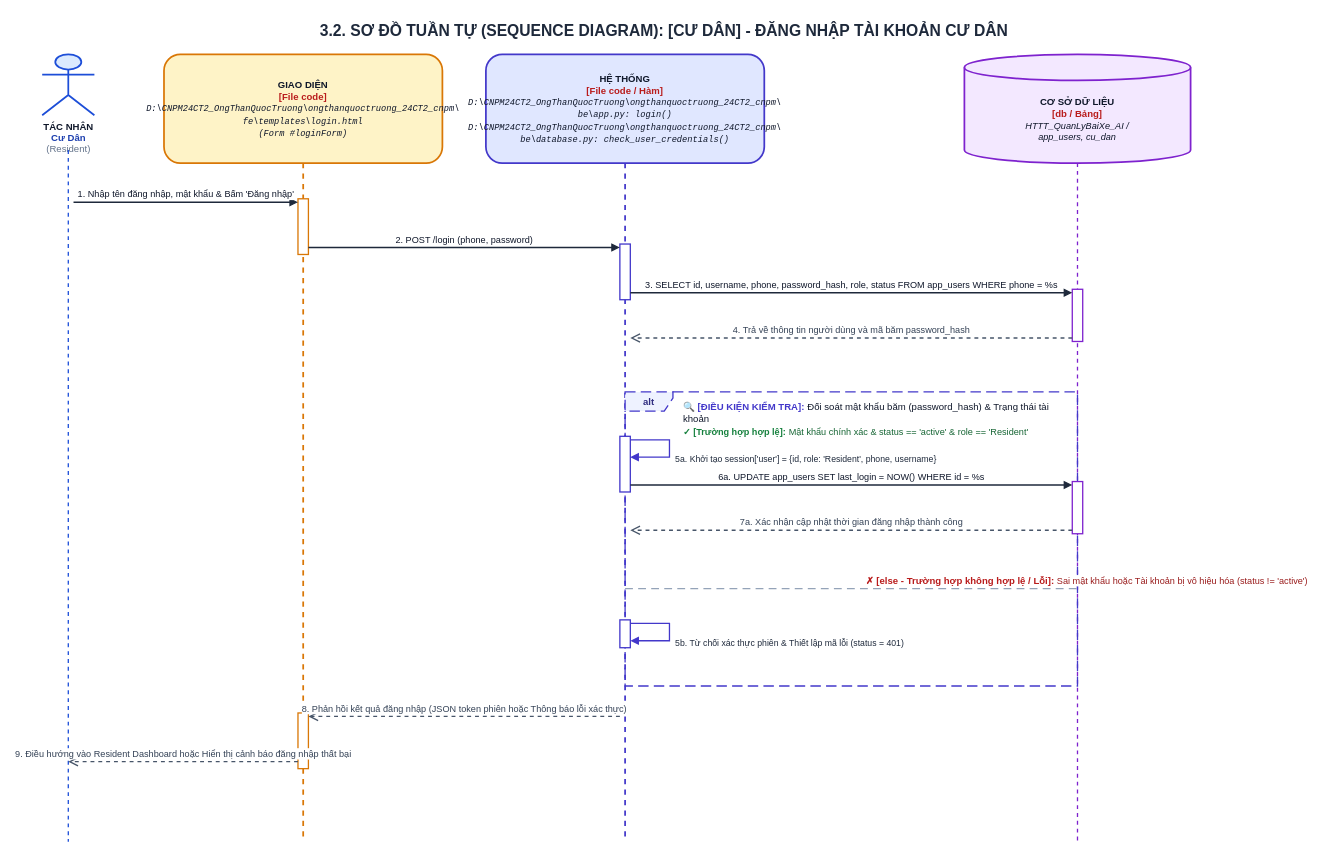
Truong027/CNPM24 keeps this draw.io diagram as ongthanquoctruong_24CT2_cnpm/docs/Tuần Tự/chức năng đăng nhập Người Dùng.drawio. Above is the earlier version. Source tidied: cells renumbered, new cells numbered last; positions are measured from the earlier drawing's top-left corner, leaving out a move shared by most shapes. Both pictures are drawn from the tidied source at 87%, with x=0, y=0 at pixel (33, 15).
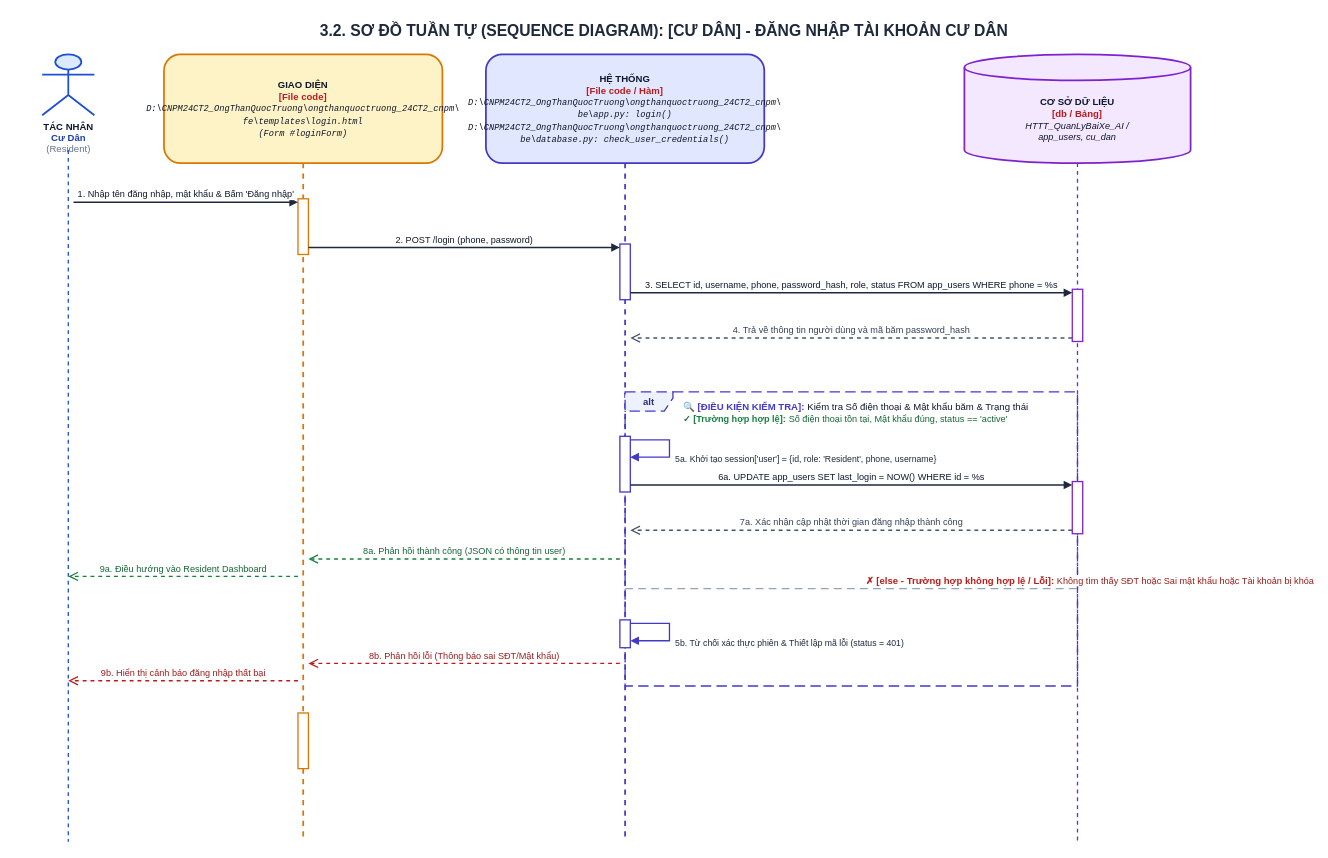
After the change.

Diff of the diagram source:
```diff
@@
-    <mxCell id="10" value="&lt;b&gt;&lt;font color='#4338CA' style='font-size: 11px;'&gt;🔍 [ĐIỀU KIỆN KIỂM TRA]:&lt;/font&gt;&lt;/b&gt; &lt;font color='#0F172A' style='font-size: 11px;'&gt;Đối soát mật khẩu băm (password_hash) &amp; Trạng thái tài khoản&lt;/font&gt;&lt;br/&gt;&lt;b&gt;&lt;font color='#15803D' style='font-size: 10.5px;'&gt;✓ [Trường hợp hợp lệ]:&lt;/font&gt;&lt;/b&gt; &lt;font color='#166534' style='font-size: 10.5px;'&gt;Mật khẩu chính xác &amp; status == 'active' &amp; role == 'Resident'&lt;/font&gt;" style="text;html=1;strokeColor=none;fillColor=none;align=left;verticalAlign=top;whiteSpace=wrap;rounded=0;" parent="1" vertex="1">
+    <mxCell id="10" value="&lt;b&gt;&lt;font color='#4338CA' style='font-size: 11px;'&gt;🔍 [ĐIỀU KIỆN KIỂM TRA]:&lt;/font&gt;&lt;/b&gt; &lt;font color='#0F172A' style='font-size: 11px;'&gt;Kiểm tra Số điện thoại &amp; Mật khẩu băm &amp; Trạng thái&lt;/font&gt;&lt;br/&gt;&lt;b&gt;&lt;font color='#15803D' style='font-size: 10.5px;'&gt;✓ [Trường hợp hợp lệ]:&lt;/font&gt;&lt;/b&gt; &lt;font color='#166534' style='font-size: 10.5px;'&gt;Số điện thoại tồn tại, Mật khẩu đúng, status == 'active'&lt;/font&gt;" style="text;html=1;strokeColor=none;fillColor=none;align=left;verticalAlign=top;whiteSpace=wrap;rounded=0;" parent="1" vertex="1">
       <mxGeometry x="745" y="436" width="445" height="36" as="geometry" />
     </mxCell>
-    <mxCell id="11" value="&lt;b&gt;&lt;font color='#B91C1C' style='font-size: 11px;'&gt;✗ [else - Trường hợp không hợp lệ / Lỗi]:&lt;/font&gt;&lt;/b&gt; &lt;font color='#991B1B' style='font-size: 10.5px;'&gt;Sai mật khẩu hoặc Tài khoản bị vô hiệu hóa (status != 'active')&lt;/font&gt;" style="html=1;strokeWidth=1.5;strokeColor=#94A3B8;dashed=1;dashPattern=6 4;endArrow=none;align=left;verticalAlign=bottom;spacingLeft=15;" parent="1" edge="1">
+    <mxCell id="11" value="&lt;b&gt;&lt;font color='#B91C1C' style='font-size: 11px;'&gt;✗ [else - Trường hợp không hợp lệ / Lỗi]:&lt;/font&gt;&lt;/b&gt; &lt;font color='#991B1B' style='font-size: 10.5px;'&gt;Không tìm thấy SĐT hoặc Sai mật khẩu hoặc Tài khoản bị khóa&lt;/font&gt;" style="html=1;strokeWidth=1.5;strokeColor=#94A3B8;dashed=1;dashPattern=6 4;endArrow=none;align=left;verticalAlign=bottom;spacingLeft=15;" parent="1" edge="1">
       <mxGeometry relative="1" as="geometry">
         <mxPoint x="680" y="659" as="sourcePoint" />
         <mxPoint x="1200" y="659" as="targetPoint" />
       </mxGeometry>
     </mxCell>
@@
-    <mxCell id="27" value="8. Phản hồi kết quả đăng nhập (JSON token phiên hoặc Thông báo lỗi xác thực)" style="html=1;verticalAlign=bottom;endArrow=open;dashed=1;endSize=8;rounded=0;strokeColor=#475569;strokeWidth=1.5;fontColor=#334155;fontSize=10.5;" parent="1" edge="1">
-      <mxGeometry relative="1" as="geometry">
-        <mxPoint x="674" y="806" as="sourcePoint" />
-        <mxPoint x="316" y="806" as="targetPoint" />
-      </mxGeometry>
-    </mxCell>
-    <mxCell id="28" value="9. Điều hướng vào Resident Dashboard hoặc Hiển thị cảnh báo đăng nhập thất bại" style="html=1;verticalAlign=bottom;endArrow=open;dashed=1;endSize=8;rounded=0;strokeColor=#475569;strokeWidth=1.5;fontColor=#334155;fontSize=10.5;" parent="1" edge="1">
-      <mxGeometry relative="1" as="geometry">
-        <mxPoint x="304" y="858" as="sourcePoint" />
-        <mxPoint x="40" y="858" as="targetPoint" />
-      </mxGeometry>
-    </mxCell>
+    <mxCell id="29" value="8a. Phản hồi thành công (JSON có thông tin user)" style="html=1;verticalAlign=bottom;endArrow=open;dashed=1;endSize=8;rounded=0;strokeColor=#15803D;strokeWidth=1.5;fontColor=#166534;fontSize=10.5;" parent="1" edge="1">
+      <mxGeometry relative="1" as="geometry">
+        <mxPoint x="674" y="625" as="sourcePoint" />
+        <mxPoint x="316" y="625" as="targetPoint" />
+      </mxGeometry>
+    </mxCell>
+    <mxCell id="30" value="9a. Điều hướng vào Resident Dashboard" style="html=1;verticalAlign=bottom;endArrow=open;dashed=1;endSize=8;rounded=0;strokeColor=#15803D;strokeWidth=1.5;fontColor=#166534;fontSize=10.5;" parent="1" edge="1">
+      <mxGeometry relative="1" as="geometry">
+        <mxPoint x="304" y="645" as="sourcePoint" />
+        <mxPoint x="40" y="645" as="targetPoint" />
+      </mxGeometry>
+    </mxCell>
+    <mxCell id="31" value="8b. Phản hồi lỗi (Thông báo sai SĐT/Mật khẩu)" style="html=1;verticalAlign=bottom;endArrow=open;dashed=1;endSize=8;rounded=0;strokeColor=#B91C1C;strokeWidth=1.5;fontColor=#991B1B;fontSize=10.5;" parent="1" edge="1">
+      <mxGeometry relative="1" as="geometry">
+        <mxPoint x="674" y="745" as="sourcePoint" />
+        <mxPoint x="316" y="745" as="targetPoint" />
+      </mxGeometry>
+    </mxCell>
+    <mxCell id="32" value="9b. Hiển thị cảnh báo đăng nhập thất bại" style="html=1;verticalAlign=bottom;endArrow=open;dashed=1;endSize=8;rounded=0;strokeColor=#B91C1C;strokeWidth=1.5;fontColor=#991B1B;fontSize=10.5;" parent="1" edge="1">
+      <mxGeometry relative="1" as="geometry">
+        <mxPoint x="304" y="765" as="sourcePoint" />
+        <mxPoint x="40" y="765" as="targetPoint" />
+      </mxGeometry>
+    </mxCell>
```
